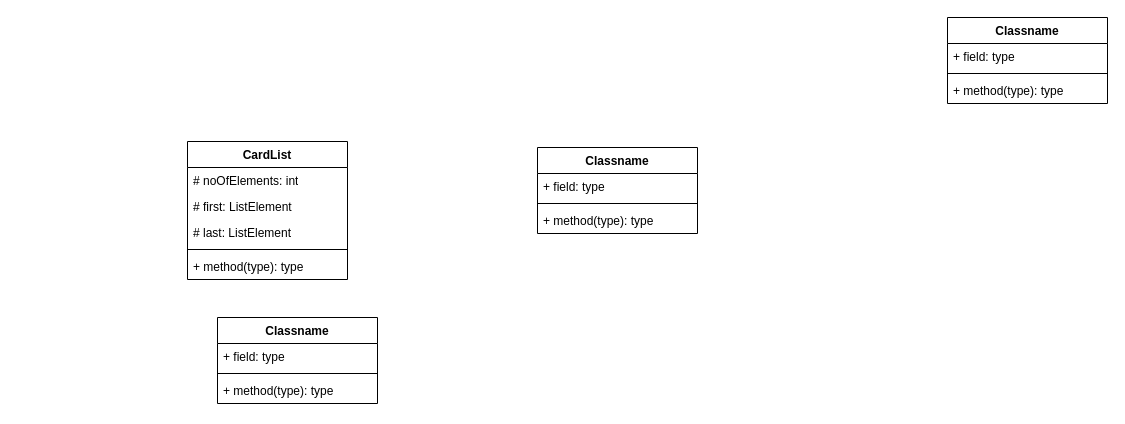
This is 6.2.drawio from markzhang12345/drawio, a draw.io file, before an edit. Source tidied: cells renumbered, new cells numbered last; positions are measured from the earlier drawing's top-left corner, leaving out a move shared by most shapes. Both pictures are drawn from the tidied source at 100%, with x=0, y=0 at pixel (187, 17).
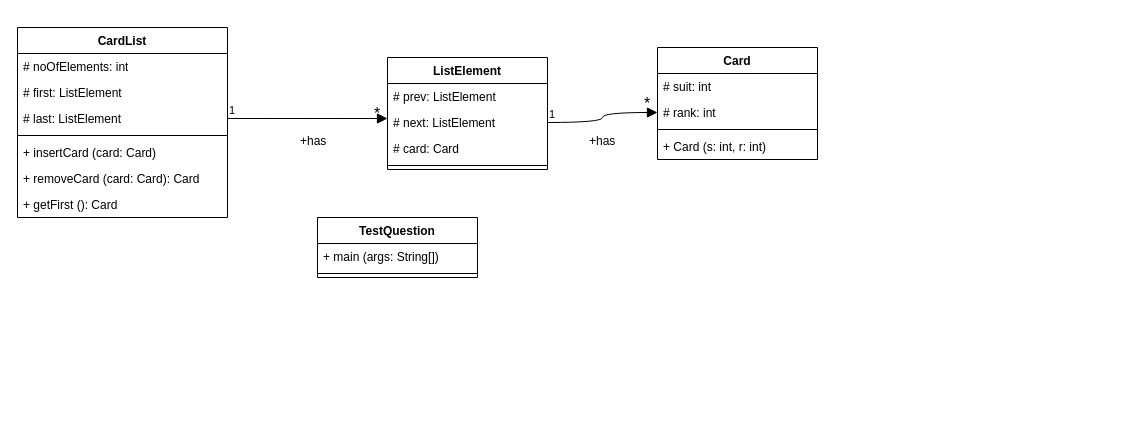
Above is the later version.

Change to the diagram source:
```diff
@@
-    <mxCell id="2" value="Classname" style="swimlane;fontStyle=1;align=center;verticalAlign=top;horizontal=1;startSize=26;whiteSpace=wrap;html=1;" parent="1" vertex="1">
-      <mxGeometry x="760" width="160" height="86" as="geometry" />
+    <mxCell id="2" value="TestQuestion" style="swimlane;fontStyle=1;align=center;verticalAlign=top;horizontal=1;startSize=26;whiteSpace=wrap;html=1;" parent="1" vertex="1">
+      <mxGeometry x="130" y="200" width="160" height="60" as="geometry" />
     </mxCell>
-    <mxCell id="3" value="+ field: type" style="text;strokeColor=none;fillColor=none;align=left;verticalAlign=top;spacingLeft=4;spacingRight=4;overflow=hidden;whiteSpace=wrap;html=1;" parent="2" vertex="1">
+    <mxCell id="3" value="+ main (args: String[])" style="text;strokeColor=none;fillColor=none;align=left;verticalAlign=top;spacingLeft=4;spacingRight=4;overflow=hidden;whiteSpace=wrap;html=1;" parent="2" vertex="1">
       <mxGeometry y="26" width="160" height="26" as="geometry" />
     </mxCell>
@@
-    <mxCell id="5" value="+ method(type): type" style="text;strokeColor=none;fillColor=none;align=left;verticalAlign=top;spacingLeft=4;spacingRight=4;overflow=hidden;whiteSpace=wrap;html=1;" parent="2" vertex="1">
-      <mxGeometry y="60" width="160" height="26" as="geometry" />
-    </mxCell>
-    <mxCell id="6" value="Classname" style="swimlane;fontStyle=1;align=center;verticalAlign=top;horizontal=1;startSize=26;whiteSpace=wrap;html=1;" parent="1" vertex="1">
-      <mxGeometry x="350" y="130" width="160" height="86" as="geometry" />
+    <mxCell id="6" value="Card" style="swimlane;fontStyle=1;align=center;verticalAlign=top;horizontal=1;startSize=26;whiteSpace=wrap;html=1;" parent="1" vertex="1">
+      <mxGeometry x="470" y="30" width="160" height="112" as="geometry" />
     </mxCell>
-    <mxCell id="7" value="+ field: type" style="text;strokeColor=none;fillColor=none;align=left;verticalAlign=top;spacingLeft=4;spacingRight=4;overflow=hidden;whiteSpace=wrap;html=1;" parent="6" vertex="1">
+    <mxCell id="7" value="# suit: int" style="text;strokeColor=none;fillColor=none;align=left;verticalAlign=top;spacingLeft=4;spacingRight=4;overflow=hidden;whiteSpace=wrap;html=1;" parent="6" vertex="1">
       <mxGeometry y="26" width="160" height="26" as="geometry" />
     </mxCell>
+    <mxCell id="20" value="# rank: int" style="text;strokeColor=none;fillColor=none;align=left;verticalAlign=top;spacingLeft=4;spacingRight=4;overflow=hidden;points=[[0,0.5],[1,0.5]];portConstraint=eastwest;whiteSpace=wrap;html=1;" parent="6" vertex="1">
+      <mxGeometry y="52" width="160" height="26" as="geometry" />
+    </mxCell>
     <mxCell id="8" style="line;strokeWidth=1;fillColor=none;align=left;verticalAlign=middle;spacingTop=-1;spacingLeft=3;spacingRight=3;labelPosition=right;strokeColor=inherit;" parent="6" vertex="1">
-      <mxGeometry y="52" width="160" height="8" as="geometry" />
+      <mxGeometry y="78" width="160" height="8" as="geometry" />
     </mxCell>
-    <mxCell id="9" value="+ method(type): type" style="text;strokeColor=none;fillColor=none;align=left;verticalAlign=top;spacingLeft=4;spacingRight=4;overflow=hidden;whiteSpace=wrap;html=1;" parent="6" vertex="1">
-      <mxGeometry y="60" width="160" height="26" as="geometry" />
+    <mxCell id="9" value="+ Card (s: int, r: int)" style="text;strokeColor=none;fillColor=none;align=left;verticalAlign=top;spacingLeft=4;spacingRight=4;overflow=hidden;whiteSpace=wrap;html=1;" parent="6" vertex="1">
+      <mxGeometry y="86" width="160" height="26" as="geometry" />
     </mxCell>
-    <mxCell id="10" value="Classname" style="swimlane;fontStyle=1;align=center;verticalAlign=top;horizontal=1;startSize=26;whiteSpace=wrap;html=1;" parent="1" vertex="1">
-      <mxGeometry x="30" y="300" width="160" height="86" as="geometry" />
+    <mxCell id="10" value="ListElement" style="swimlane;fontStyle=1;align=center;verticalAlign=top;horizontal=1;startSize=26;whiteSpace=wrap;html=1;" parent="1" vertex="1">
+      <mxGeometry x="200" y="40" width="160" height="112" as="geometry" />
     </mxCell>
-    <mxCell id="11" value="+ field: type" style="text;strokeColor=none;fillColor=none;align=left;verticalAlign=top;spacingLeft=4;spacingRight=4;overflow=hidden;whiteSpace=wrap;html=1;" parent="10" vertex="1">
+    <mxCell id="11" value="# prev: ListElement" style="text;strokeColor=none;fillColor=none;align=left;verticalAlign=top;spacingLeft=4;spacingRight=4;overflow=hidden;whiteSpace=wrap;html=1;" parent="10" vertex="1">
       <mxGeometry y="26" width="160" height="26" as="geometry" />
     </mxCell>
+    <mxCell id="21" value="# next: ListElement" style="text;strokeColor=none;fillColor=none;align=left;verticalAlign=top;spacingLeft=4;spacingRight=4;overflow=hidden;points=[[0,0.5],[1,0.5]];portConstraint=eastwest;whiteSpace=wrap;html=1;" parent="10" vertex="1">
+      <mxGeometry y="52" width="160" height="26" as="geometry" />
+    </mxCell>
+    <mxCell id="22" value="# card: Card" style="text;strokeColor=none;fillColor=none;align=left;verticalAlign=top;spacingLeft=4;spacingRight=4;overflow=hidden;whiteSpace=wrap;html=1;" parent="10" vertex="1">
+      <mxGeometry y="78" width="160" height="26" as="geometry" />
+    </mxCell>
     <mxCell id="12" style="line;strokeWidth=1;fillColor=none;align=left;verticalAlign=middle;spacingTop=-1;spacingLeft=3;spacingRight=3;labelPosition=right;strokeColor=inherit;" parent="10" vertex="1">
-      <mxGeometry y="52" width="160" height="8" as="geometry" />
+      <mxGeometry y="104" width="160" height="8" as="geometry" />
     </mxCell>
-    <mxCell id="13" value="+ method(type): type" style="text;strokeColor=none;fillColor=none;align=left;verticalAlign=top;spacingLeft=4;spacingRight=4;overflow=hidden;whiteSpace=wrap;html=1;" parent="10" vertex="1">
-      <mxGeometry y="60" width="160" height="26" as="geometry" />
-    </mxCell>
     <mxCell id="14" value="CardList" style="swimlane;fontStyle=1;align=center;verticalAlign=top;horizontal=1;startSize=26;whiteSpace=wrap;html=1;" parent="1" vertex="1">
-      <mxGeometry y="124" width="160" height="138" as="geometry" />
+      <mxGeometry x="-170" y="10" width="210" height="190" as="geometry" />
     </mxCell>
     <mxCell id="15" value="# noOfElements: int" style="text;strokeColor=none;fillColor=none;align=left;verticalAlign=top;spacingLeft=4;spacingRight=4;overflow=hidden;whiteSpace=wrap;html=1;" parent="14" vertex="1">
-      <mxGeometry y="26" width="160" height="26" as="geometry" />
+      <mxGeometry y="26" width="210" height="26" as="geometry" />
     </mxCell>
     <mxCell id="16" value="# first: ListElement" style="text;strokeColor=none;fillColor=none;align=left;verticalAlign=top;spacingLeft=4;spacingRight=4;overflow=hidden;whiteSpace=wrap;html=1;" parent="14" vertex="1">
-      <mxGeometry y="52" width="160" height="26" as="geometry" />
+      <mxGeometry y="52" width="210" height="26" as="geometry" />
     </mxCell>
     <mxCell id="17" value="# last: ListElement" style="text;strokeColor=none;fillColor=none;align=left;verticalAlign=top;spacingLeft=4;spacingRight=4;overflow=hidden;points=[[0,0.5],[1,0.5]];portConstraint=eastwest;whiteSpace=wrap;html=1;" parent="14" vertex="1">
-      <mxGeometry y="78" width="160" height="26" as="geometry" />
+      <mxGeometry y="78" width="210" height="26" as="geometry" />
     </mxCell>
     <mxCell id="18" style="line;strokeWidth=1;fillColor=none;align=left;verticalAlign=middle;spacingTop=-1;spacingLeft=3;spacingRight=3;labelPosition=right;strokeColor=inherit;" parent="14" vertex="1">
-      <mxGeometry y="104" width="160" height="8" as="geometry" />
+      <mxGeometry y="104" width="210" height="8" as="geometry" />
     </mxCell>
-    <mxCell id="19" value="+ method(type): type" style="text;strokeColor=none;fillColor=none;align=left;verticalAlign=top;spacingLeft=4;spacingRight=4;overflow=hidden;whiteSpace=wrap;html=1;" parent="14" vertex="1">
-      <mxGeometry y="112" width="160" height="26" as="geometry" />
+    <mxCell id="19" value="+ insertCard (card: Card)" style="text;strokeColor=none;fillColor=none;align=left;verticalAlign=top;spacingLeft=4;spacingRight=4;overflow=hidden;whiteSpace=wrap;html=1;" parent="14" vertex="1">
+      <mxGeometry y="112" width="210" height="26" as="geometry" />
     </mxCell>
+    <mxCell id="23" value="+ removeCard (card: Card): Card" style="text;strokeColor=none;fillColor=none;align=left;verticalAlign=top;spacingLeft=4;spacingRight=4;overflow=hidden;whiteSpace=wrap;html=1;" parent="14" vertex="1">
+      <mxGeometry y="138" width="210" height="26" as="geometry" />
+    </mxCell>
+    <mxCell id="24" value="+ getFirst (): Card" style="text;strokeColor=none;fillColor=none;align=left;verticalAlign=top;spacingLeft=4;spacingRight=4;overflow=hidden;whiteSpace=wrap;html=1;" parent="14" vertex="1">
+      <mxGeometry y="164" width="210" height="26" as="geometry" />
+    </mxCell>
+    <mxCell id="25" value="+has" style="endArrow=block;endFill=1;html=1;edgeStyle=orthogonalEdgeStyle;align=left;verticalAlign=top;rounded=0;fontSize=12;startSize=8;endSize=8;curved=1;exitX=1;exitY=0.5;exitDx=0;exitDy=0;" parent="1" edge="1" source="17">
+      <mxGeometry x="-0.12" y="-9" relative="1" as="geometry">
+        <mxPoint x="200" y="101" as="targetPoint" />
+      </mxGeometry>
+    </mxCell>
+    <mxCell id="26" value="1" style="edgeLabel;html=1;align=left;verticalAlign=bottom;" parent="25" vertex="1">
+      <mxGeometry x="-1" relative="1" as="geometry" />
+    </mxCell>
+    <mxCell id="27" value="*" style="text;html=1;whiteSpace=wrap;strokeColor=none;fillColor=none;align=center;verticalAlign=middle;rounded=0;fontSize=16;" parent="1" vertex="1">
+      <mxGeometry x="160" y="81" width="60" height="30" as="geometry" />
+    </mxCell>
+    <mxCell id="28" value="+has" style="endArrow=block;endFill=1;html=1;edgeStyle=orthogonalEdgeStyle;align=left;verticalAlign=top;rounded=0;fontSize=12;startSize=8;endSize=8;curved=1;exitX=1;exitY=0.5;exitDx=0;exitDy=0;entryX=0;entryY=0.5;entryDx=0;entryDy=0;" parent="1" edge="1" source="21" target="20">
+      <mxGeometry x="-0.33" y="-5" relative="1" as="geometry" />
+    </mxCell>
+    <mxCell id="29" value="1" style="edgeLabel;html=1;align=left;verticalAlign=bottom;" parent="28" vertex="1">
+      <mxGeometry x="-1" relative="1" as="geometry" />
+    </mxCell>
+    <mxCell id="30" value="*" style="text;html=1;whiteSpace=wrap;strokeColor=none;fillColor=none;align=center;verticalAlign=middle;rounded=0;fontSize=16;" parent="1" vertex="1">
+      <mxGeometry x="430" y="71" width="60" height="30" as="geometry" />
+    </mxCell>
```
